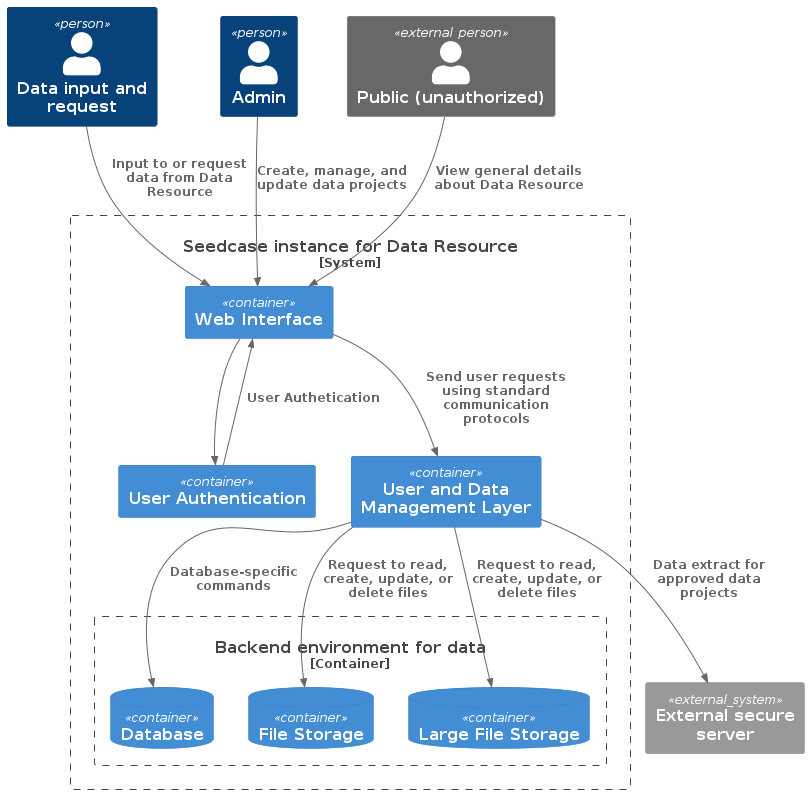
This is design/images/container.png from seedcase-project/seedcase-website, a PlantUML export, as it was before one commit.
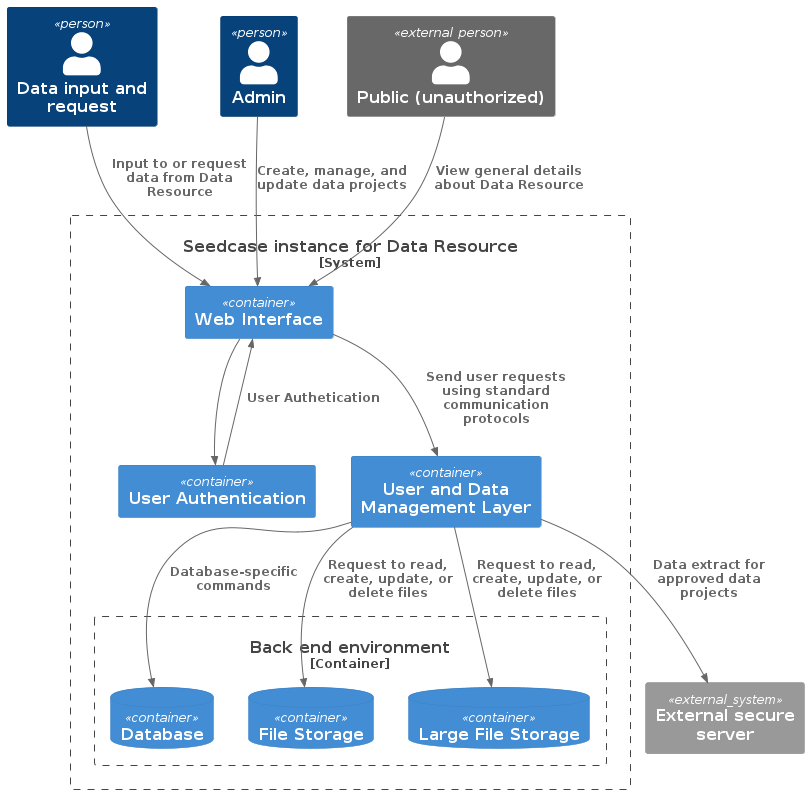
After the commit.

What changed in the source:
```diff
@@ -7,10 +7,10 @@
 
 System_Boundary(seedcase, "Seedcase instance for Data Resource") {
   Container(web_framework, "Web Interface")
-  Container(id_management, "User Authentication")
-  Container(management_framework, "User and Data Management Layer")
+  Container(id_authentication, "User Authentication")
+  Container(management, "User and Data Management Layer")
 
-  Container_Boundary(backend, "Backend environment for data") {
+  Container_Boundary(backend, "Back end environment") {
     ContainerDb(backend_database, "Database")
     ContainerDb(backend_file_storage, "File Storage")
     ContainerDb(backend_large_file_storage, "Large File Storage")
@@ -21,12 +21,12 @@
 Rel(user_public, web_framework, "View general details about Data Resource")
 Rel(user_request_input, web_framework, "Input to or request data from Data Resource")
 Rel(user_admin, web_framework, "Create, manage, and update data projects")
-Rel(id_management, web_framework, "User Authetication")
-Rel(web_framework, id_management, "")
-Rel(web_framework, management_framework, "Send user requests using standard communication protocols")
-Rel(management_framework, backend_database, "Database-specific commands")
-Rel(management_framework, backend_file_storage, "Request to read, create, update, or delete files")
-Rel(management_framework, backend_large_file_storage, "Request to read, create, update, or delete files")
-Rel(management_framework, external_server, "Data extract for approved data projects")
+Rel(id_authentication, web_framework, "User Authetication")
+Rel(web_framework, id_authentication, "")
+Rel(web_framework, management, "Send user requests using standard communication protocols")
+Rel(management, backend_database, "Database-specific commands")
+Rel(management, backend_file_storage, "Request to read, create, update, or delete files")
+Rel(management, backend_large_file_storage, "Request to read, create, update, or delete files")
+Rel(management, external_server, "Data extract for approved data projects")
 
 @enduml
```
